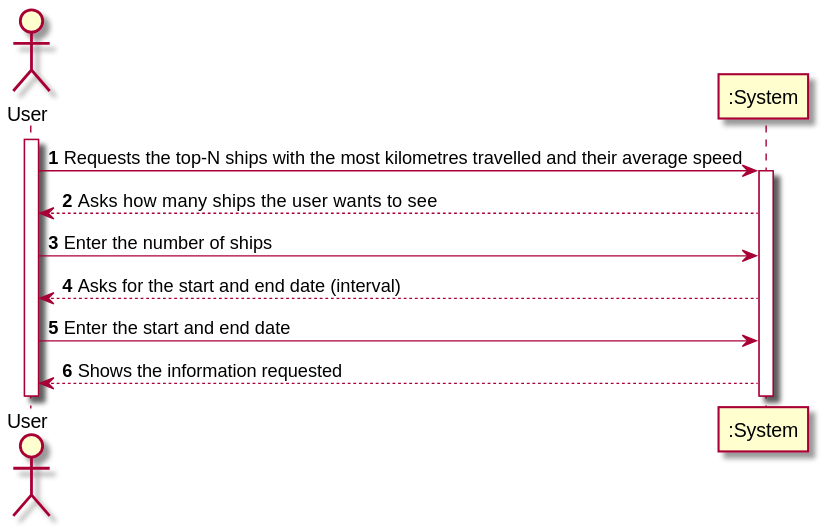
Earlier version of the PlantUML export docs/Sprint 1/US106/US106_SSD.svg (1190772/LAB-Project-3).
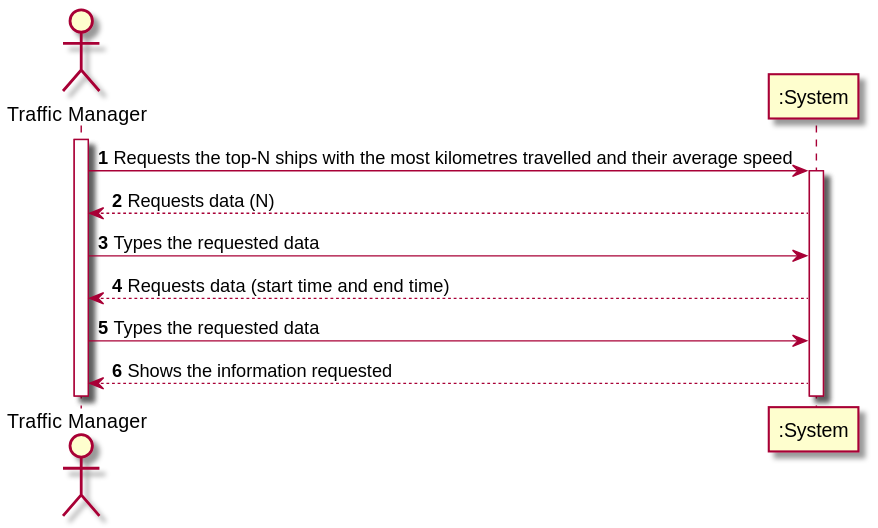
Later version of the same file.

What changed in the source:
```diff
@@ -2,20 +2,20 @@
 
 autonumber
 
-actor "User" as USER
+actor "Traffic Manager" as TM
 
-activate USER
-USER -> ":System" : Requests the top-N ships with the most kilometres travelled and their average speed
+activate TM
+TM -> ":System" : Requests the top-N ships with the most kilometres travelled and their average speed
 
 activate ":System"
-":System" --> USER : Asks how many ships the user wants to see
+":System" --> TM : Requests data (N)
 
-USER -> ":System" : Enter the number of ships
-":System" --> USER : Asks for the start and end date (interval)
+TM -> ":System" : Types the requested data
+":System" --> TM : Requests data (start time and end time)
 
-USER -> ":System" : Enter the start and end date
+TM -> ":System" : Types the requested data
 
-":System" --> USER : Shows the information requested
+":System" --> TM : Shows the information requested
 
 
 
```
